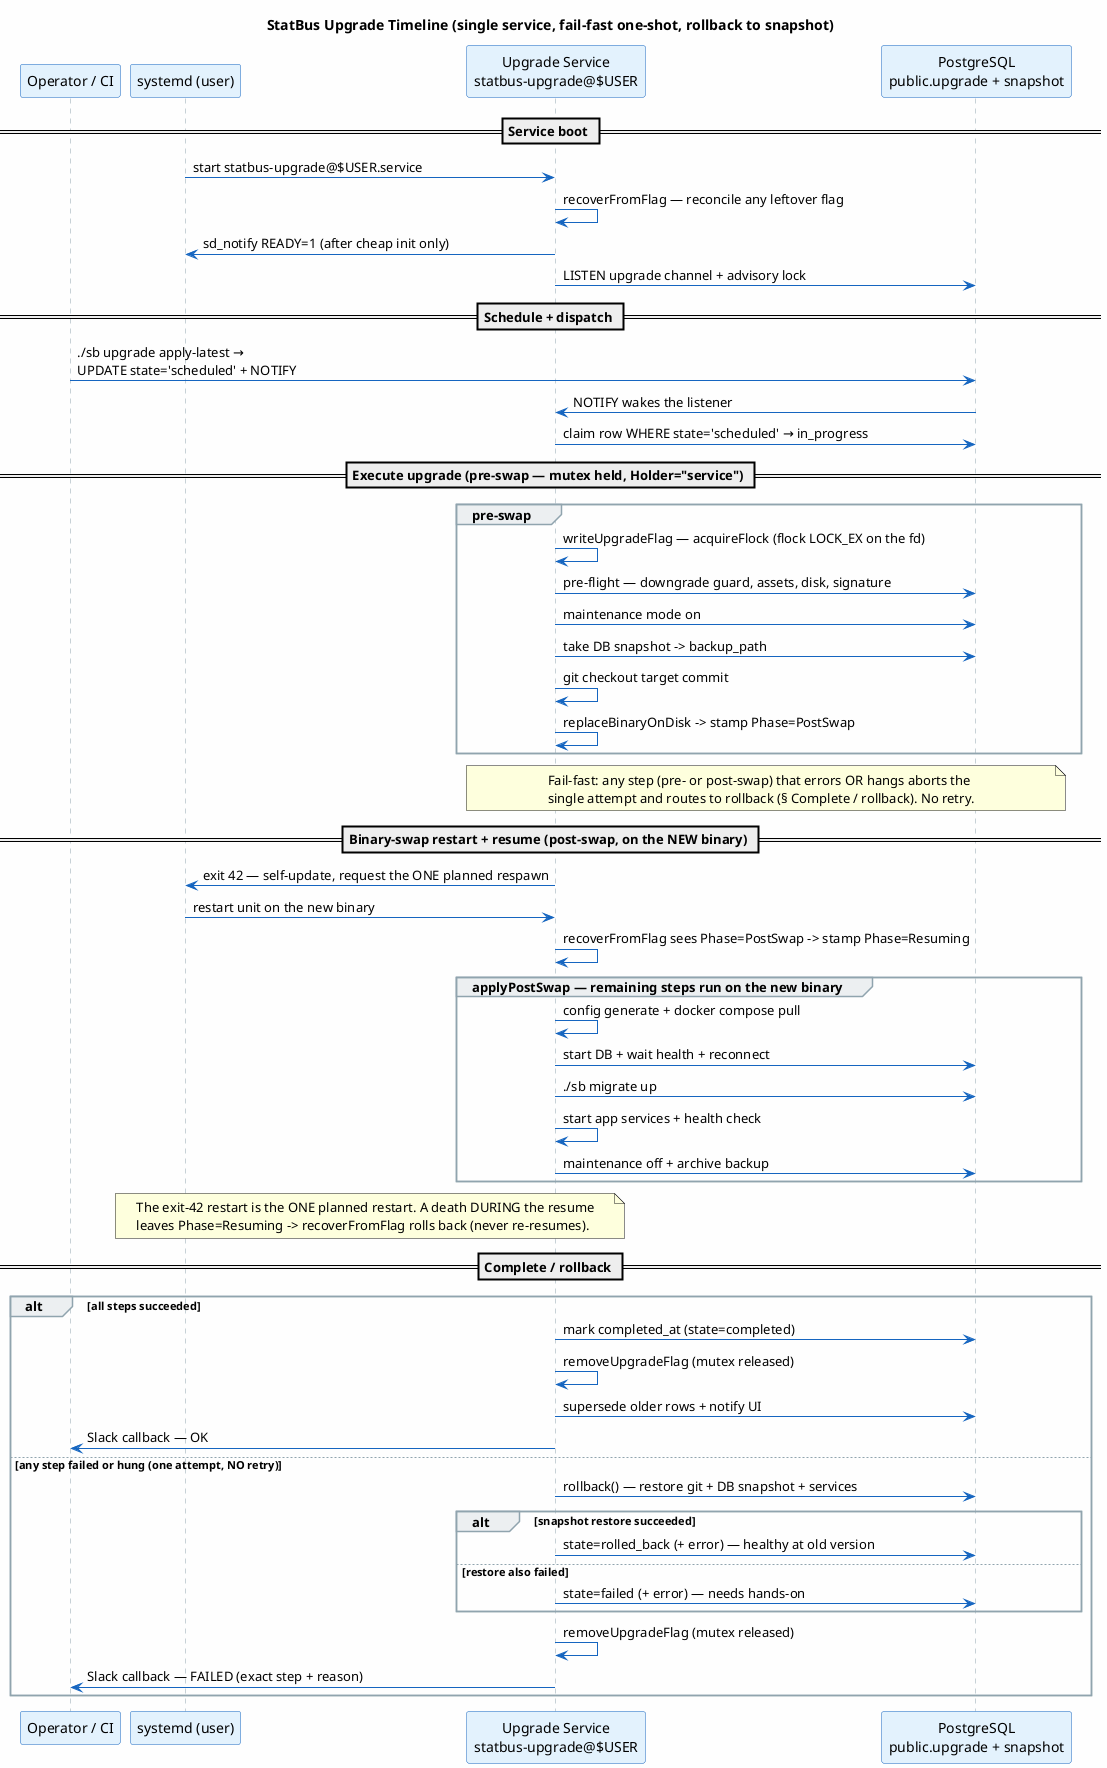
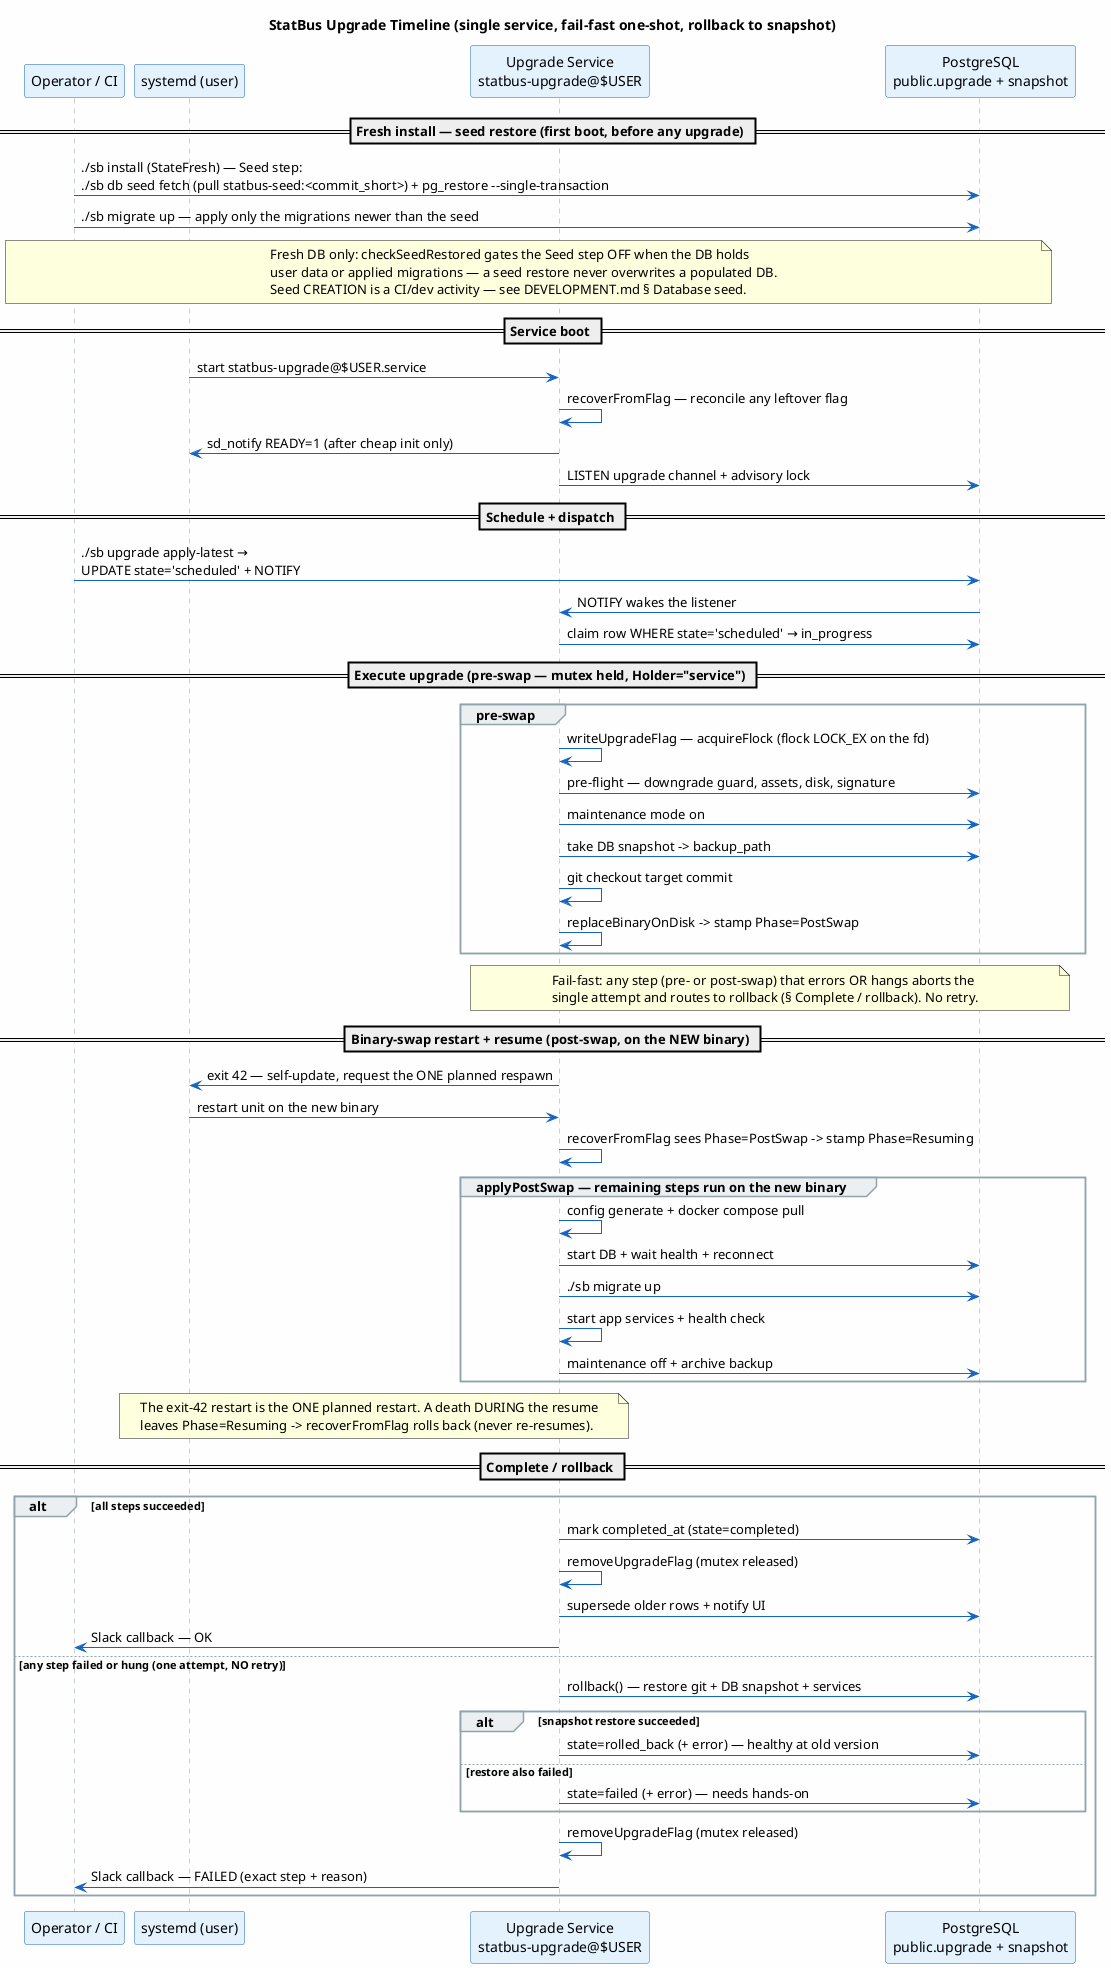
@startuml upgrade-timeline
' Authoritative sequence diagram for doc/upgrade-timeline.md.
' The `==` bands are the citable named phases — keep them in sync with the
' `##` section headers in upgrade-timeline.md so code comments can cite
' "see upgrade-timeline.md § <band>".
skinparam backgroundColor #FEFEFE
skinparam sequence {
    ArrowColor #1565C0
    LifeLineBorderColor #90A4AE
    ParticipantBorderColor #1565C0
    ParticipantBackgroundColor #E3F2FD
    GroupBackgroundColor #ECEFF1
    GroupBorderColor #90A4AE
}

title StatBus Upgrade Timeline (single service, fail-fast one-shot, rollback to snapshot)

participant "Operator / CI" as cici
participant "systemd (user)" as systemd
participant "Upgrade Service\nstatbus-upgrade@$USER" as service
participant "PostgreSQL\npublic.upgrade + snapshot" as db
+ 
+ == Fresh install — seed restore (first boot, before any upgrade) ==
+ cici -> db : ./sb install (StateFresh) — Seed step:\n./sb db seed fetch (pull statbus-seed:<commit_short>) + pg_restore --single-transaction
+ cici -> db : ./sb migrate up — apply only the migrations newer than the seed
+ note over cici, db
+   Fresh DB only: checkSeedRestored gates the Seed step OFF when the DB holds
+   user data or applied migrations — a seed restore never overwrites a populated DB.
+   Seed CREATION is a CI/dev activity — see DEVELOPMENT.md § Database seed.
+ end note

== Service boot ==
systemd -> service : start statbus-upgrade@$USER.service
service -> service : recoverFromFlag — reconcile any leftover flag
service -> systemd : sd_notify READY=1 (after cheap init only)
service -> db : LISTEN upgrade channel + advisory lock

== Schedule + dispatch ==
cici -> db : ./sb upgrade apply-latest →\nUPDATE state='scheduled' + NOTIFY
db -> service : NOTIFY wakes the listener
service -> db : claim row WHERE state='scheduled' → in_progress

== Execute upgrade (pre-swap — mutex held, Holder="service") ==
group pre-swap
    service -> service : writeUpgradeFlag — acquireFlock (flock LOCK_EX on the fd)
    service -> db : pre-flight — downgrade guard, assets, disk, signature
    service -> db : maintenance mode on
    service -> db : take DB snapshot -> backup_path
    service -> service : git checkout target commit
    service -> service : replaceBinaryOnDisk -> stamp Phase=PostSwap
end
note over service, db
  Fail-fast: any step (pre- or post-swap) that errors OR hangs aborts the
  single attempt and routes to rollback (§ Complete / rollback). No retry.
end note

== Binary-swap restart + resume (post-swap, on the NEW binary) ==
service -> systemd : exit 42 — self-update, request the ONE planned respawn
systemd -> service : restart unit on the new binary
service -> service : recoverFromFlag sees Phase=PostSwap -> stamp Phase=Resuming
group applyPostSwap — remaining steps run on the new binary
    service -> service : config generate + docker compose pull
    service -> db : start DB + wait health + reconnect
    service -> db : ./sb migrate up
    service -> service : start app services + health check
    service -> db : maintenance off + archive backup
end
note over systemd, service
  The exit-42 restart is the ONE planned restart. A death DURING the resume
  leaves Phase=Resuming -> recoverFromFlag rolls back (never re-resumes).
end note

== Complete / rollback ==
alt all steps succeeded
    service -> db : mark completed_at (state=completed)
    service -> service : removeUpgradeFlag (mutex released)
    service -> db : supersede older rows + notify UI
    service -> cici : Slack callback — OK
else any step failed or hung (one attempt, NO retry)
    service -> db : rollback() — restore git + DB snapshot + services
    alt snapshot restore succeeded
        service -> db : state=rolled_back (+ error) — healthy at old version
    else restore also failed
        service -> db : state=failed (+ error) — needs hands-on
    end
    service -> service : removeUpgradeFlag (mutex released)
    service -> cici : Slack callback — FAILED (exact step + reason)
end

@enduml
